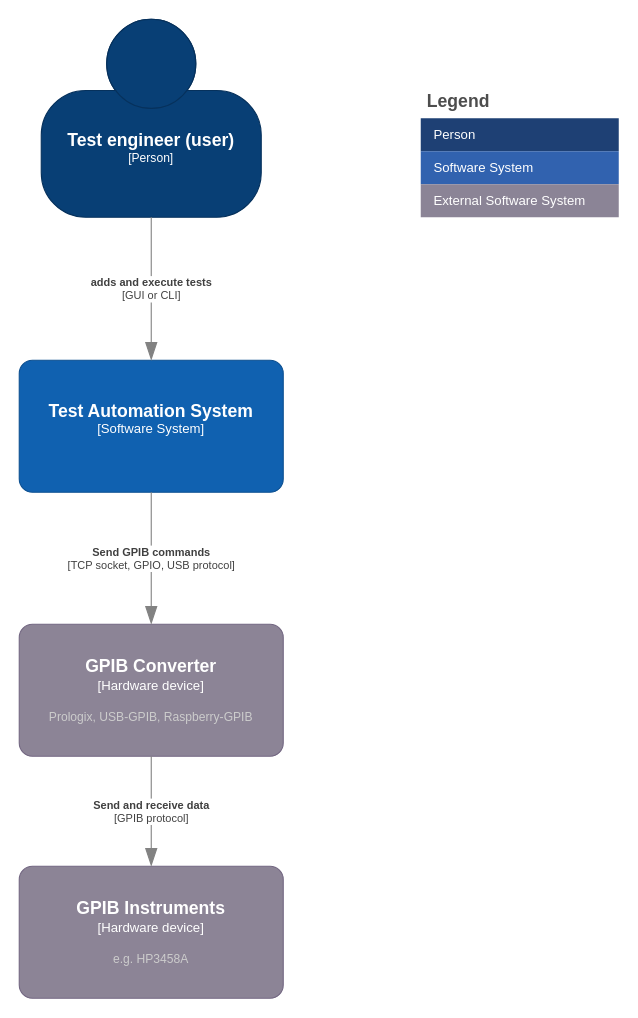
ILoveBacteria/test-instrument-automation keeps this draw.io diagram as page "Context" (1 of 3) of C4 model/C4_software_architecture.drawio. Above is the earlier version. Source tidied: cells renumbered, new cells numbered last; positions are measured from the earlier drawing's top-left corner, leaving out a move shared by most shapes. Both pictures are drawn from the tidied source at 110%, with x=0, y=0 at pixel (19, 19).
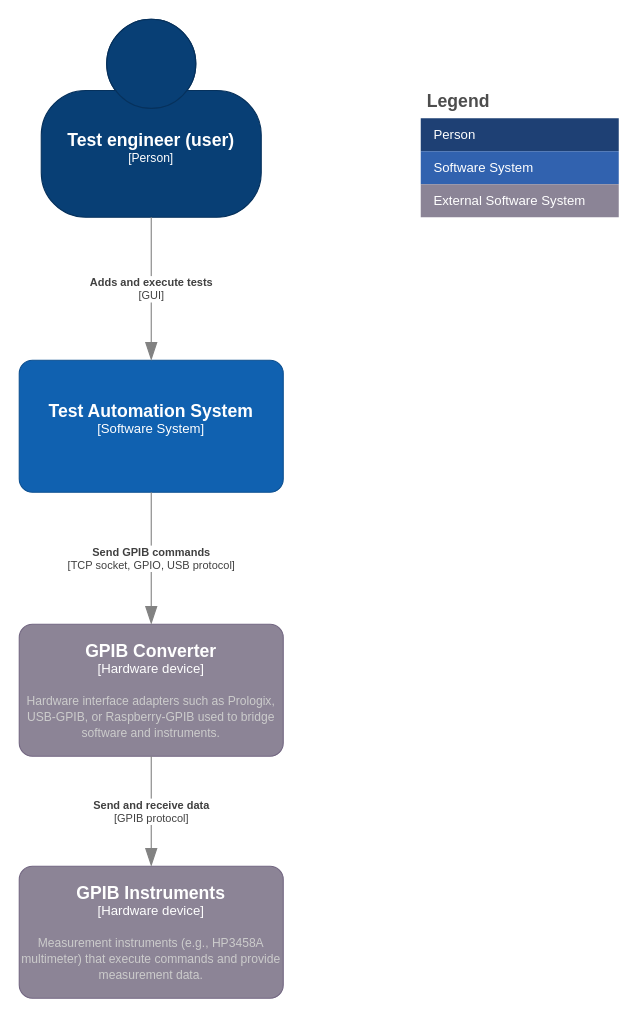
The same diagram, later.

Unchanged cells that the change refers to:
```xml
<object id="2" label="&lt;font style=&quot;font-size: 16px&quot;&gt;&lt;b&gt;%c4Name%&lt;/b&gt;&lt;/font&gt;&lt;div&gt;[%c4Type%]&lt;/div&gt;&lt;br&gt;&lt;div&gt;&lt;font style=&quot;font-size: 11px&quot;&gt;&lt;font color=&quot;#cccccc&quot;&gt;%c4Description%&lt;/font&gt;&lt;/div&gt;" c4Description="" c4Name="Test engineer (user)" c4Type="Person" placeholders="1">
  <mxCell style="html=1;fontSize=11;dashed=0;whiteSpace=wrap;fillColor=#083F75;strokeColor=#06315C;fontColor=#ffffff;shape=mxgraph.c4.person2;align=center;points=[[0.5,0,0],[1,0.5,0],[1,0.75,0],[0.75,1,0],[0.5,1,0],[0.25,1,0],[0,0.75,0],[0,0.5,0]];" parent="1" vertex="1">
    <mxGeometry x="20" width="200" height="180" as="geometry" />
  </mxCell>
</object>
<object id="3" label="&lt;font style=&quot;font-size: 16px&quot;&gt;&lt;b&gt;%c4Name%&lt;/b&gt;&lt;/font&gt;&lt;div&gt;[%c4Type%]&lt;/div&gt;&lt;br&gt;&lt;div&gt;&lt;font style=&quot;font-size: 11px&quot;&gt;&lt;font color=&quot;#cccccc&quot;&gt;%c4Description%&lt;/font&gt;&lt;/div&gt;" c4Description="" c4Name="Test Automation System" c4Type="Software System" placeholders="1">
  <mxCell style="rounded=1;whiteSpace=wrap;html=1;labelBackgroundColor=none;fillColor=#1061B0;fontColor=#ffffff;align=center;arcSize=10;strokeColor=#0D5091;points=[[0.25,0,0],[0.5,0,0],[0.75,0,0],[1,0.25,0],[1,0.5,0],[1,0.75,0],[0.75,1,0],[0.5,1,0],[0.25,1,0],[0,0.75,0],[0,0.5,0],[0,0.25,0]];" parent="1" vertex="1">
    <mxGeometry y="310" width="240" height="120" as="geometry" />
  </mxCell>
</object>
```

Diff of the diagram source:
```diff
@@
-    <object id="4" label="&lt;font style=&quot;font-size: 16px&quot;&gt;&lt;b&gt;%c4Name%&lt;/b&gt;&lt;/font&gt;&lt;div&gt;[%c4Type%]&lt;/div&gt;&lt;br&gt;&lt;div&gt;&lt;font style=&quot;font-size: 11px&quot;&gt;&lt;font color=&quot;#cccccc&quot;&gt;%c4Description%&lt;/font&gt;&lt;/div&gt;" c4Description="Prologix, USB-GPIB, Raspberry-GPIB" c4Name="GPIB Converter" c4Type="Hardware device" placeholders="1">
+    <object id="4" label="&lt;font style=&quot;font-size: 16px&quot;&gt;&lt;b&gt;%c4Name%&lt;/b&gt;&lt;/font&gt;&lt;div&gt;[%c4Type%]&lt;/div&gt;&lt;br&gt;&lt;div&gt;&lt;font style=&quot;font-size: 11px&quot;&gt;&lt;font color=&quot;#cccccc&quot;&gt;%c4Description%&lt;/font&gt;&lt;/div&gt;" c4Description="Hardware interface adapters such as Prologix, USB-GPIB, or Raspberry-GPIB used to bridge software and instruments." c4Name="GPIB Converter" c4Type="Hardware device" placeholders="1">
       <mxCell style="rounded=1;whiteSpace=wrap;html=1;labelBackgroundColor=none;fillColor=#8C8496;fontColor=#ffffff;align=center;arcSize=10;strokeColor=#736782;points=[[0.25,0,0],[0.5,0,0],[0.75,0,0],[1,0.25,0],[1,0.5,0],[1,0.75,0],[0.75,1,0],[0.5,1,0],[0.25,1,0],[0,0.75,0],[0,0.5,0],[0,0.25,0]];" parent="1" vertex="1">
         <mxGeometry y="550" width="240" height="120" as="geometry" />
       </mxCell>
     </object>
-    <object id="5" label="&lt;font style=&quot;font-size: 16px&quot;&gt;&lt;b&gt;%c4Name%&lt;/b&gt;&lt;/font&gt;&lt;div&gt;[%c4Type%]&lt;/div&gt;&lt;br&gt;&lt;div&gt;&lt;font style=&quot;font-size: 11px&quot;&gt;&lt;font color=&quot;#cccccc&quot;&gt;%c4Description%&lt;/font&gt;&lt;/div&gt;" c4Description="e.g. HP3458A" c4Name="GPIB Instruments" c4Type="Hardware device" placeholders="1">
+    <object id="5" label="&lt;font style=&quot;font-size: 16px&quot;&gt;&lt;b&gt;%c4Name%&lt;/b&gt;&lt;/font&gt;&lt;div&gt;[%c4Type%]&lt;/div&gt;&lt;br&gt;&lt;div&gt;&lt;font style=&quot;font-size: 11px&quot;&gt;&lt;font color=&quot;#cccccc&quot;&gt;%c4Description%&lt;/font&gt;&lt;/div&gt;" c4Description="Measurement instruments (e.g., HP3458A multimeter) that execute commands and provide measurement data." c4Name="GPIB Instruments" c4Type="Hardware device" placeholders="1">
       <mxCell style="rounded=1;whiteSpace=wrap;html=1;labelBackgroundColor=none;fillColor=#8C8496;fontColor=#ffffff;align=center;arcSize=10;strokeColor=#736782;points=[[0.25,0,0],[0.5,0,0],[0.75,0,0],[1,0.25,0],[1,0.5,0],[1,0.75,0],[0.75,1,0],[0.5,1,0],[0.25,1,0],[0,0.75,0],[0,0.5,0],[0,0.25,0]];" parent="1" vertex="1">
         <mxGeometry y="770" width="240" height="120" as="geometry" />
       </mxCell>
     </object>
@@
-    <object id="13" label="&lt;div style=&quot;text-align: left&quot;&gt;&lt;div style=&quot;text-align: center&quot;&gt;&lt;b&gt;%c4Description%&lt;/b&gt;&lt;/div&gt;&lt;div style=&quot;text-align: center&quot;&gt;[%c4Technology%]&lt;/div&gt;&lt;/div&gt;" c4Description="adds and execute tests" c4Technology="GUI or CLI" placeholders="1">
+    <object id="13" label="&lt;div style=&quot;text-align: left&quot;&gt;&lt;div style=&quot;text-align: center&quot;&gt;&lt;b&gt;%c4Description%&lt;/b&gt;&lt;/div&gt;&lt;div style=&quot;text-align: center&quot;&gt;[%c4Technology%]&lt;/div&gt;&lt;/div&gt;" c4Description="Adds and execute tests" c4Technology="GUI" placeholders="1">
       <mxCell style="endArrow=blockThin;html=1;fontSize=10;fontColor=#404040;strokeWidth=1;endFill=1;strokeColor=#828282;elbow=vertical;endSize=14;startSize=14;jumpStyle=arc;jumpSize=16;rounded=0;edgeStyle=orthogonalEdgeStyle;exitX=0.5;exitY=1;exitDx=0;exitDy=0;exitPerimeter=0;entryX=0.5;entryY=0;entryDx=0;entryDy=0;entryPerimeter=0;" parent="1" edge="1" source="2" target="3">
         <mxGeometry relative="1" as="geometry" />
       </mxCell>
     </object>
```
